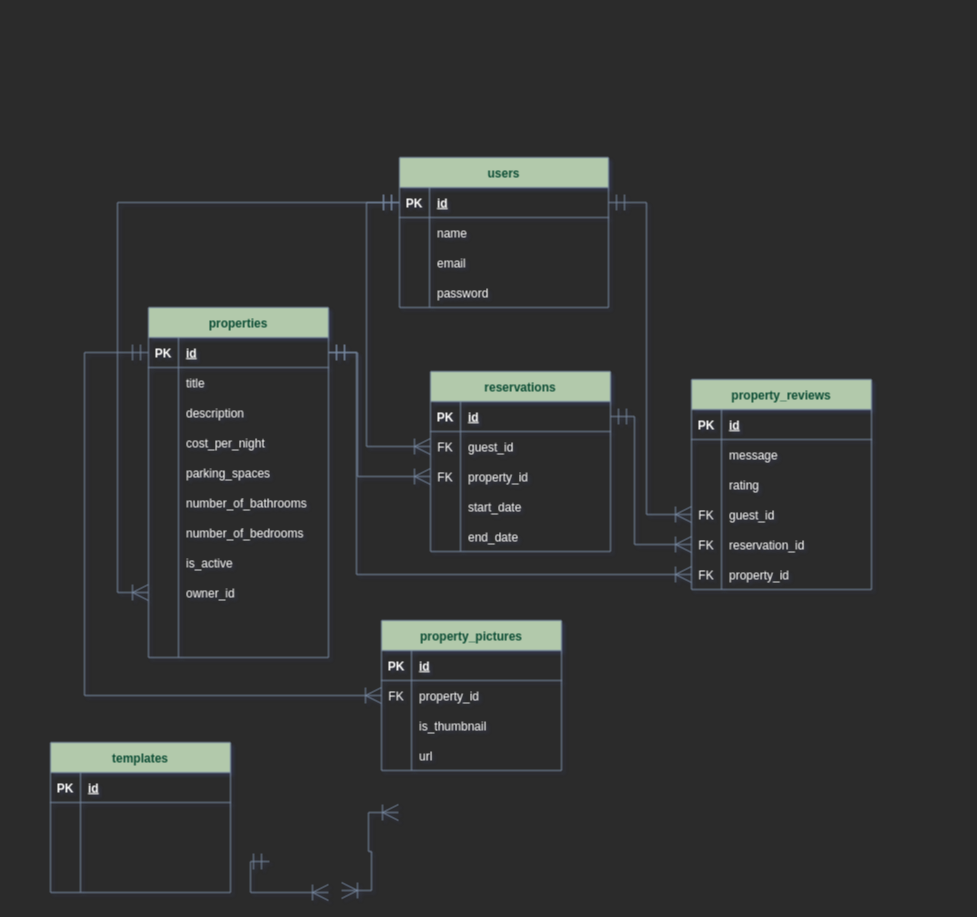
The draw.io diagram LightBNB.drawio in sachieko/LightBNB, before the edit. Source tidied: cells renumbered, new cells numbered last; positions are measured from the earlier drawing's top-left corner, leaving out a move shared by most shapes. Both pictures are drawn from the tidied source at 100%, with x=0, y=0 at pixel (50, 157).
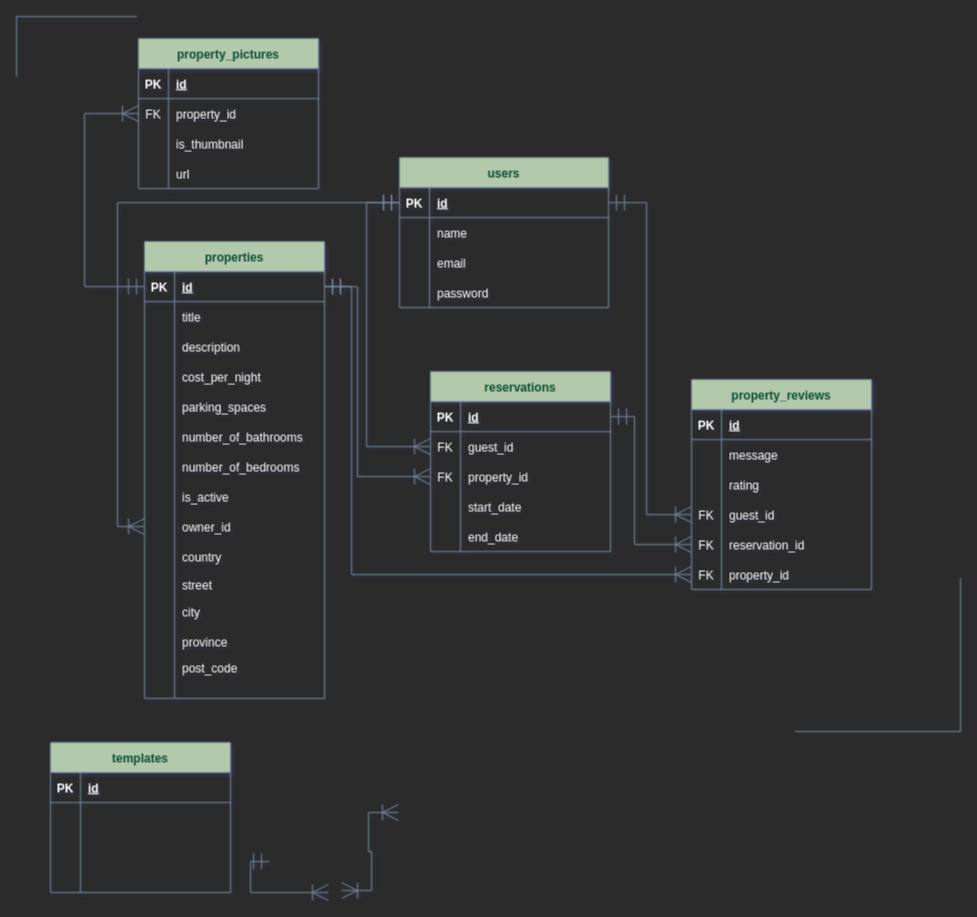
After the change.

The change refers to these unchanged cells:
```xml
<mxCell id="22" style="shape=tableRow;horizontal=0;startSize=0;swimlaneHead=0;swimlaneBody=0;fillColor=none;points=[[0,0.5],[1,0.5]];portConstraint=eastwest;top=0;left=0;right=0;bottom=0;rounded=0;strokeColor=#788AA3;fontColor=#FFFFFF;" parent="15" vertex="1">
  <mxGeometry y="90" width="180" height="30" as="geometry" />
</mxCell>
<mxCell id="32" style="shape=tableRow;horizontal=0;startSize=0;swimlaneHead=0;swimlaneBody=0;fillColor=none;points=[[0,0.5],[1,0.5]];portConstraint=eastwest;top=0;left=0;right=0;bottom=1;rounded=0;strokeColor=#788AA3;fontColor=#FFFFFF;" parent="31" vertex="1">
  <mxGeometry y="30" width="180" height="30" as="geometry" />
</mxCell>
<mxCell id="59" style="shape=tableRow;horizontal=0;startSize=0;swimlaneHead=0;swimlaneBody=0;fillColor=none;top=0;left=0;right=0;bottom=0;rounded=0;strokeColor=#788AA3;fontColor=#FFFFFF;" parent="31" vertex="1">
  <mxGeometry y="300" width="180" height="30" as="geometry" />
</mxCell>
<mxCell id="81" style="shape=tableRow;horizontal=0;startSize=0;swimlaneHead=0;swimlaneBody=0;fillColor=none;points=[[0,0.5],[1,0.5]];portConstraint=eastwest;top=0;left=0;right=0;bottom=0;rounded=0;strokeColor=#788AA3;fontColor=#46495D;" parent="65" vertex="1">
  <mxGeometry y="180" width="180" height="30" as="geometry" />
</mxCell>
```

Diff of the diagram source:
```diff
@@
     <mxCell id="31" value="properties" style="shape=table;startSize=30;childLayout=tableLayout;rowLines=0;fontStyle=1;align=center;rounded=0;fillColor=#B2C9AB;strokeColor=#788AA3;fontColor=#0C4D35;" parent="1" vertex="1">
-      <mxGeometry x="98" y="150" width="180" height="350" as="geometry" />
+      <mxGeometry x="94" y="84" width="180" height="456.9" as="geometry" />
     </mxCell>
@@
-    <mxCell id="61" style="shape=partialRectangle;fillColor=none;top=0;left=0;bottom=0;right=0;align=left;spacingLeft=6;overflow=hidden;rounded=0;strokeColor=#788AA3;fontColor=#FFFFFF;" parent="59" vertex="1">
+    <mxCell id="61" value="country" style="shape=partialRectangle;fillColor=none;top=0;left=0;bottom=0;right=0;align=left;spacingLeft=6;overflow=hidden;rounded=0;strokeColor=#788AA3;fontColor=#FFFFFF;" parent="59" vertex="1">
       <mxGeometry x="30" width="150" height="30" as="geometry" />
     </mxCell>
     <mxCell id="62" style="shape=tableRow;horizontal=0;startSize=0;swimlaneHead=0;swimlaneBody=0;fillColor=none;top=0;left=0;right=0;bottom=0;rounded=0;strokeColor=#788AA3;fontColor=#FFFFFF;" parent="31" vertex="1">
-      <mxGeometry y="330" width="180" height="20" as="geometry" />
+      <mxGeometry y="330" width="180" height="26" as="geometry" />
     </mxCell>
     <mxCell id="63" style="shape=partialRectangle;fillColor=none;top=0;left=0;bottom=0;right=0;overflow=hidden;rounded=0;strokeColor=#788AA3;fontColor=#FFFFFF;" parent="62" vertex="1">
-      <mxGeometry width="30" height="20" as="geometry" />
+      <mxGeometry width="30" height="26" as="geometry" />
     </mxCell>
-    <mxCell id="64" style="shape=partialRectangle;fillColor=none;top=0;left=0;bottom=0;right=0;align=left;spacingLeft=6;overflow=hidden;rounded=0;strokeColor=#788AA3;fontColor=#FFFFFF;" parent="62" vertex="1">
-      <mxGeometry x="30" width="150" height="20" as="geometry" />
+    <mxCell id="64" value="street" style="shape=partialRectangle;fillColor=none;top=0;left=0;bottom=0;right=0;align=left;spacingLeft=6;overflow=hidden;rounded=0;strokeColor=#788AA3;fontColor=#FFFFFF;" parent="62" vertex="1">
+      <mxGeometry x="30" width="150" height="26" as="geometry" />
     </mxCell>
+    <mxCell id="119" style="shape=tableRow;horizontal=0;startSize=0;swimlaneHead=0;swimlaneBody=0;fillColor=none;top=0;left=0;right=0;bottom=0;rounded=0;strokeColor=#788AA3;fontColor=#FFFFFF;" parent="31" vertex="1">
+      <mxGeometry y="356" width="180" height="28" as="geometry" />
+    </mxCell>
+    <mxCell id="120" style="shape=partialRectangle;fillColor=none;top=0;left=0;bottom=0;right=0;overflow=hidden;rounded=0;strokeColor=#788AA3;fontColor=#FFFFFF;" parent="119" vertex="1">
+      <mxGeometry width="30" height="28" as="geometry" />
+    </mxCell>
+    <mxCell id="121" value="city" style="shape=partialRectangle;fillColor=none;top=0;left=0;bottom=0;right=0;align=left;spacingLeft=6;overflow=hidden;rounded=0;strokeColor=#788AA3;fontColor=#FFFFFF;" parent="119" vertex="1">
+      <mxGeometry x="30" width="150" height="28" as="geometry" />
+    </mxCell>
+    <mxCell id="122" style="shape=tableRow;horizontal=0;startSize=0;swimlaneHead=0;swimlaneBody=0;fillColor=none;top=0;left=0;right=0;bottom=0;rounded=0;strokeColor=#788AA3;fontColor=#FFFFFF;" parent="31" vertex="1">
+      <mxGeometry y="384" width="180" height="32" as="geometry" />
+    </mxCell>
+    <mxCell id="123" style="shape=partialRectangle;fillColor=none;top=0;left=0;bottom=0;right=0;overflow=hidden;rounded=0;strokeColor=#788AA3;fontColor=#FFFFFF;" parent="122" vertex="1">
+      <mxGeometry width="30" height="32" as="geometry" />
+    </mxCell>
+    <mxCell id="124" value="province" style="shape=partialRectangle;fillColor=none;top=0;left=0;bottom=0;right=0;align=left;spacingLeft=6;overflow=hidden;rounded=0;strokeColor=#788AA3;fontColor=#FFFFFF;" parent="122" vertex="1">
+      <mxGeometry x="30" width="150" height="32" as="geometry" />
+    </mxCell>
+    <mxCell id="125" style="shape=tableRow;horizontal=0;startSize=0;swimlaneHead=0;swimlaneBody=0;fillColor=none;top=0;left=0;right=0;bottom=0;rounded=0;strokeColor=#788AA3;fontColor=#FFFFFF;" parent="31" vertex="1">
+      <mxGeometry y="416" width="180" height="20" as="geometry" />
+    </mxCell>
+    <mxCell id="126" style="shape=partialRectangle;fillColor=none;top=0;left=0;bottom=0;right=0;overflow=hidden;rounded=0;strokeColor=#788AA3;fontColor=#FFFFFF;" parent="125" vertex="1">
+      <mxGeometry width="30" height="20" as="geometry" />
+    </mxCell>
+    <mxCell id="127" value="post_code" style="shape=partialRectangle;fillColor=none;top=0;left=0;bottom=0;right=0;align=left;spacingLeft=6;overflow=hidden;rounded=0;strokeColor=#788AA3;fontColor=#FFFFFF;" parent="125" vertex="1">
+      <mxGeometry x="30" width="150" height="20" as="geometry" />
+    </mxCell>
+    <mxCell id="128" style="shape=tableRow;horizontal=0;startSize=0;swimlaneHead=0;swimlaneBody=0;fillColor=none;top=0;left=0;right=0;bottom=0;rounded=0;strokeColor=#788AA3;fontColor=#FFFFFF;" parent="31" vertex="1">
+      <mxGeometry y="436" width="180" height="20" as="geometry" />
+    </mxCell>
+    <mxCell id="129" style="shape=partialRectangle;fillColor=none;top=0;left=0;bottom=0;right=0;overflow=hidden;rounded=0;strokeColor=#788AA3;fontColor=#FFFFFF;" parent="128" vertex="1">
+      <mxGeometry width="30" height="20" as="geometry" />
+    </mxCell>
+    <mxCell id="130" style="shape=partialRectangle;fillColor=none;top=0;left=0;bottom=0;right=0;align=left;spacingLeft=6;overflow=hidden;rounded=0;strokeColor=#788AA3;fontColor=#FFFFFF;" parent="128" vertex="1">
+      <mxGeometry x="30" width="150" height="20" as="geometry" />
+    </mxCell>
@@
     <mxCell id="84" value="property_pictures" style="shape=table;startSize=30;childLayout=tableLayout;rowLines=0;fontStyle=1;align=center;rounded=0;fillColor=#B2C9AB;strokeColor=#788AA3;fontColor=#0C4D35;" parent="1" vertex="1">
-      <mxGeometry x="331" y="463" width="180" height="150" as="geometry" />
+      <mxGeometry x="88" y="-119" width="180" height="150" as="geometry" />
     </mxCell>
@@
     <mxCell id="115" style="edgeStyle=elbowEdgeStyle;fontSize=12;html=1;endArrow=ERoneToMany;startArrow=ERmandOne;rounded=0;fontColor=#46495D;startSize=14;endSize=14;strokeColor=#788AA3;fillColor=#B2C9AB;entryX=0;entryY=0.5;entryDx=0;entryDy=0;exitX=1;exitY=0.5;exitDx=0;exitDy=0;" parent="1" edge="1" source="32" target="22">
       <mxGeometry relative="1" as="geometry">
         <Array as="points">
-          <mxPoint x="307" y="255" />
+          <mxPoint x="307" y="216" />
         </Array>
       </mxGeometry>
     </mxCell>
@@
     <mxCell id="118" style="edgeStyle=elbowEdgeStyle;fontSize=12;html=1;endArrow=ERoneToMany;startArrow=ERmandOne;rounded=0;fontColor=#46495D;startSize=14;endSize=14;strokeColor=#788AA3;fillColor=#B2C9AB;entryX=0;entryY=0.5;entryDx=0;entryDy=0;" parent="1" edge="1" source="32" target="81">
       <mxGeometry relative="1" as="geometry">
         <Array as="points">
-          <mxPoint x="306" y="309" />
+          <mxPoint x="301" y="265" />
         </Array>
       </mxGeometry>
     </mxCell>
+    <mxCell id="131" style="shape=partialRectangle;whiteSpace=wrap;html=1;bottom=0;right=0;fillColor=none;fontSize=16;fontColor=#FFFFFF;strokeColor=#788AA3;" parent="1" vertex="1">
+      <mxGeometry x="-34" y="-141" width="120" height="60" as="geometry" />
+    </mxCell>
+    <mxCell id="132" style="shape=partialRectangle;whiteSpace=wrap;html=1;top=0;left=0;fillColor=none;fontSize=16;fontColor=#FFFFFF;strokeColor=#788AA3;" parent="1" vertex="1">
+      <mxGeometry x="745" y="421" width="165" height="153" as="geometry" />
+    </mxCell>
```
